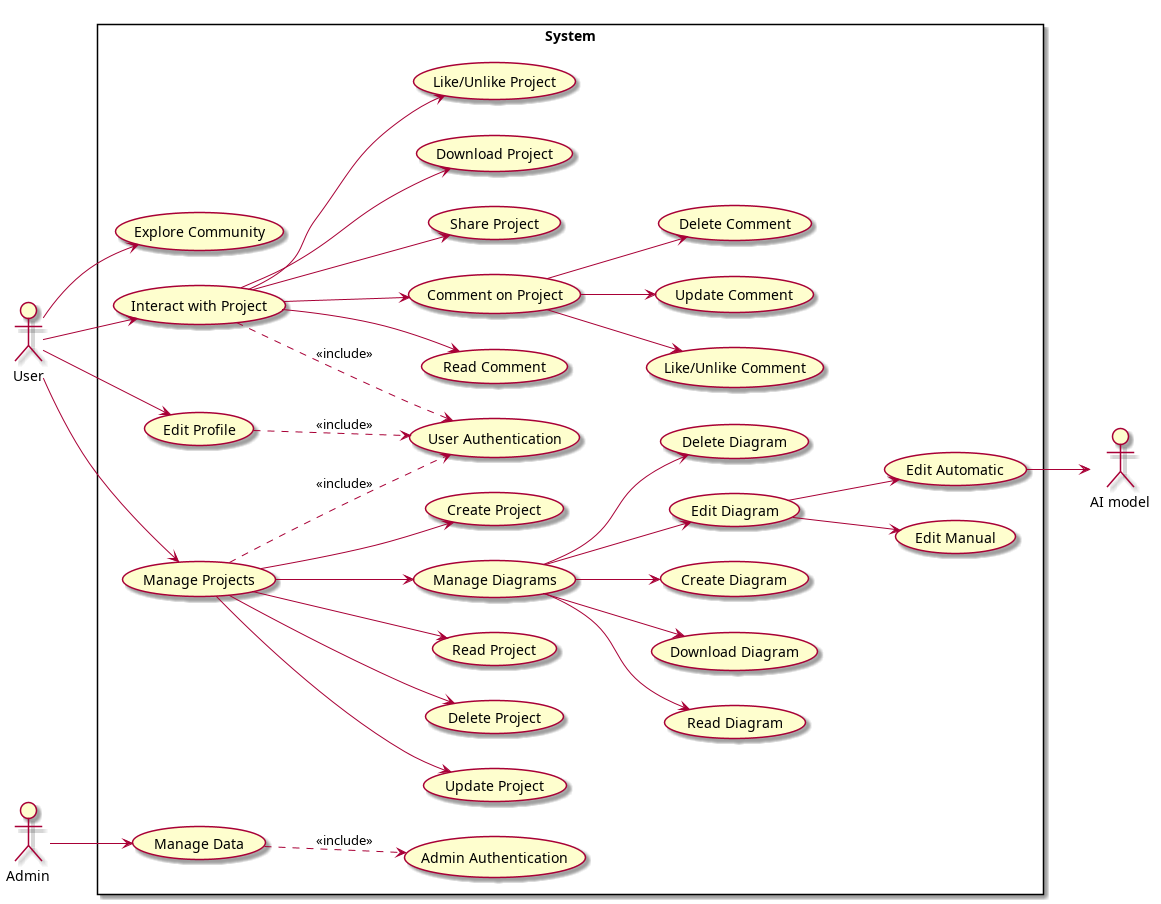
Earlier version of the PlantUML export diagrams/use_case/g3.png (souhaib-askri/report_pfe). Its source is kept beside it as diagrams/use_case/g3.puml.
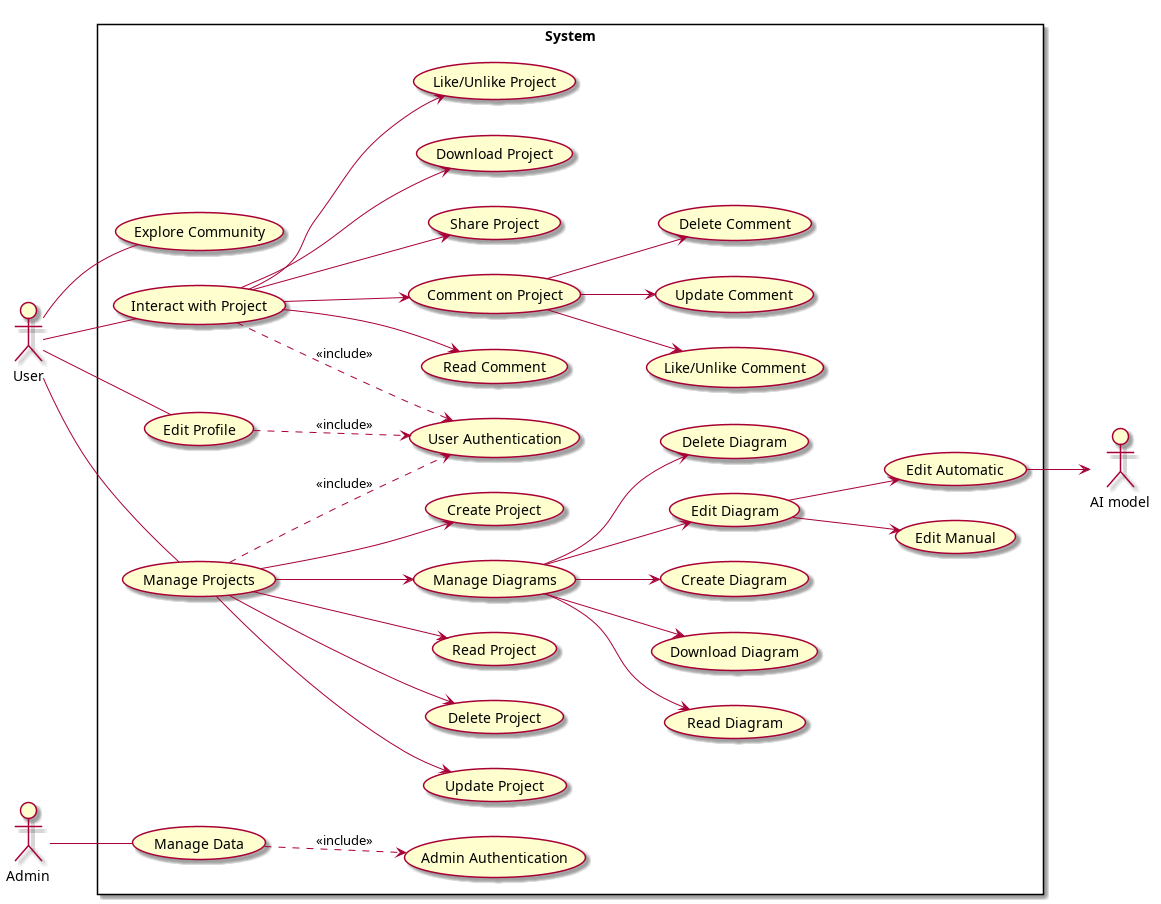
Above is the later version.

The edit, as a diff of the source:
```diff
@@ -40,12 +40,12 @@
     usecase "Manage Data" as ManageData
 }
 
-User --> ExploreCommunity
-User --> InteractWithProject
-User --> ManageProjects
-User --> EditProfile
+User -- ExploreCommunity
+User -- InteractWithProject
+User -- ManageProjects
+User -- EditProfile
 
-Admin --> ManageData
+Admin -- ManageData
 
 InteractWithProject ..> UserAuth : <<include>>
 ManageProjects ..> UserAuth : <<include>>
```
